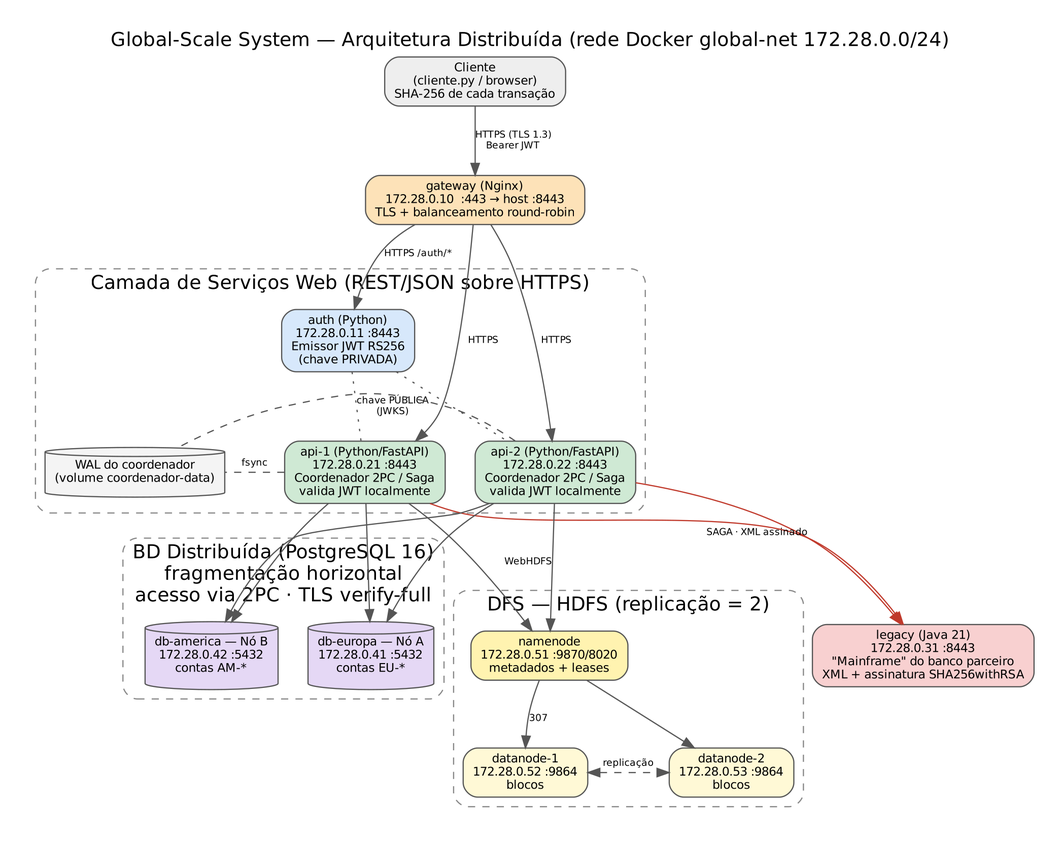
Above: docs/arquitetura.png in nameless-258/global-scale-system (Graphviz), before the change. Its source is kept beside it as docs/arquitetura.dot. Its diagram source:
```dot
digraph G {
  graph [rankdir=TB, newrank=true, splines=spline, concentrate=false, fontname="Helvetica", fontsize=12, nodesep=0.35, ranksep=0.55, pad=0.3, bgcolor="white",
         label="Global-Scale System — Arquitetura Distribuída (rede Docker global-net 172.28.0.0/24)", labelloc=t, fontsize=16];
  node  [shape=box, style="rounded,filled", fontname="Helvetica", fontsize=10, color="#555555"];
  edge  [fontname="Helvetica", fontsize=8, color="#555555"];

  cliente [label="Cliente\n(cliente.py / browser)\nSHA-256 de cada transação", fillcolor="#eeeeee"];
  gateway [label="gateway (Nginx)\n172.28.0.10  :443 → host :8443\nTLS + balanceamento round-robin", fillcolor="#fde2b8"];

  subgraph cluster_app { label="Camada de Serviços Web (REST/JSON sobre HTTPS)"; style="rounded,dashed"; color="#888888";
    auth  [label="auth (Python)\n172.28.0.11 :8443\nEmissor JWT RS256\n(chave PRIVADA)", fillcolor="#d7e8fb"];
    api1  [label="api-1 (Python/FastAPI)\n172.28.0.21 :8443\nCoordenador 2PC / Saga\nvalida JWT localmente", fillcolor="#cfe9d4"];
    api2  [label="api-2 (Python/FastAPI)\n172.28.0.22 :8443\nCoordenador 2PC / Saga\nvalida JWT localmente", fillcolor="#cfe9d4"];
    wal   [label="WAL do coordenador\n(volume coordenador-data)", shape=cylinder, fillcolor="#f4f4f4"];
  }

  subgraph cluster_db { label="BD Distribuída (PostgreSQL 16)\nfragmentação horizontal\nacesso via 2PC · TLS verify-full"; style="rounded,dashed"; color="#888888";
    dbeu [label="db-europa — Nó A\n172.28.0.41 :5432\ncontas EU-*", shape=cylinder, fillcolor="#e5d8f5"];
    dbam [label="db-america — Nó B\n172.28.0.42 :5432\ncontas AM-*", shape=cylinder, fillcolor="#e5d8f5"];
  }

  subgraph cluster_dfs { label="DFS — HDFS (replicação = 2)"; style="rounded,dashed"; color="#888888";
    nn  [label="namenode\n172.28.0.51 :9870/8020\nmetadados + leases", fillcolor="#fff3b0"];
    dn1 [label="datanode-1\n172.28.0.52 :9864\nblocos", fillcolor="#fff9d6"];
    dn2 [label="datanode-2\n172.28.0.53 :9864\nblocos", fillcolor="#fff9d6"];
  }

  legacy [label="legacy (Java 21)\n172.28.0.31 :8443\n\"Mainframe\" do banco parceiro\nXML + assinatura SHA256withRSA", fillcolor="#f8d0d0"];

  cliente -> gateway [label="HTTPS (TLS 1.3)\nBearer JWT"];
  gateway -> auth   [label="HTTPS /auth/*"];
  gateway -> api1   [label="HTTPS"];
  gateway -> api2   [label="HTTPS"];
  auth -> api1 [style=dotted, label="chave PÚBLICA\n(JWKS)", arrowhead=none];
  auth -> api2 [style=dotted, arrowhead=none];
  {rank=same; wal; api1; api2;}
  wal -> api1 [style=invis];
  api1 -> wal [style=dashed, arrowhead=none, label="fsync"]; api2 -> wal [style=dashed, arrowhead=none, constraint=false];
  {rank=same; dbeu; dbam; nn; legacy;}
  {rank=same; dn1; dn2;}
  api1 -> dbeu; api1 -> dbam;
  api2 -> dbeu; api2 -> dbam;
  api1 -> legacy [color="#c0392b"];
  api2 -> legacy [color="#c0392b", xlabel="SAGA · XML assinado"];
  api1 -> nn; api2 -> nn [xlabel="WebHDFS"];
  nn -> dn1 [label="307"]; nn -> dn2;
  dn1 -> dn2 [dir=both, style=dashed, label="replicação"];
}
```
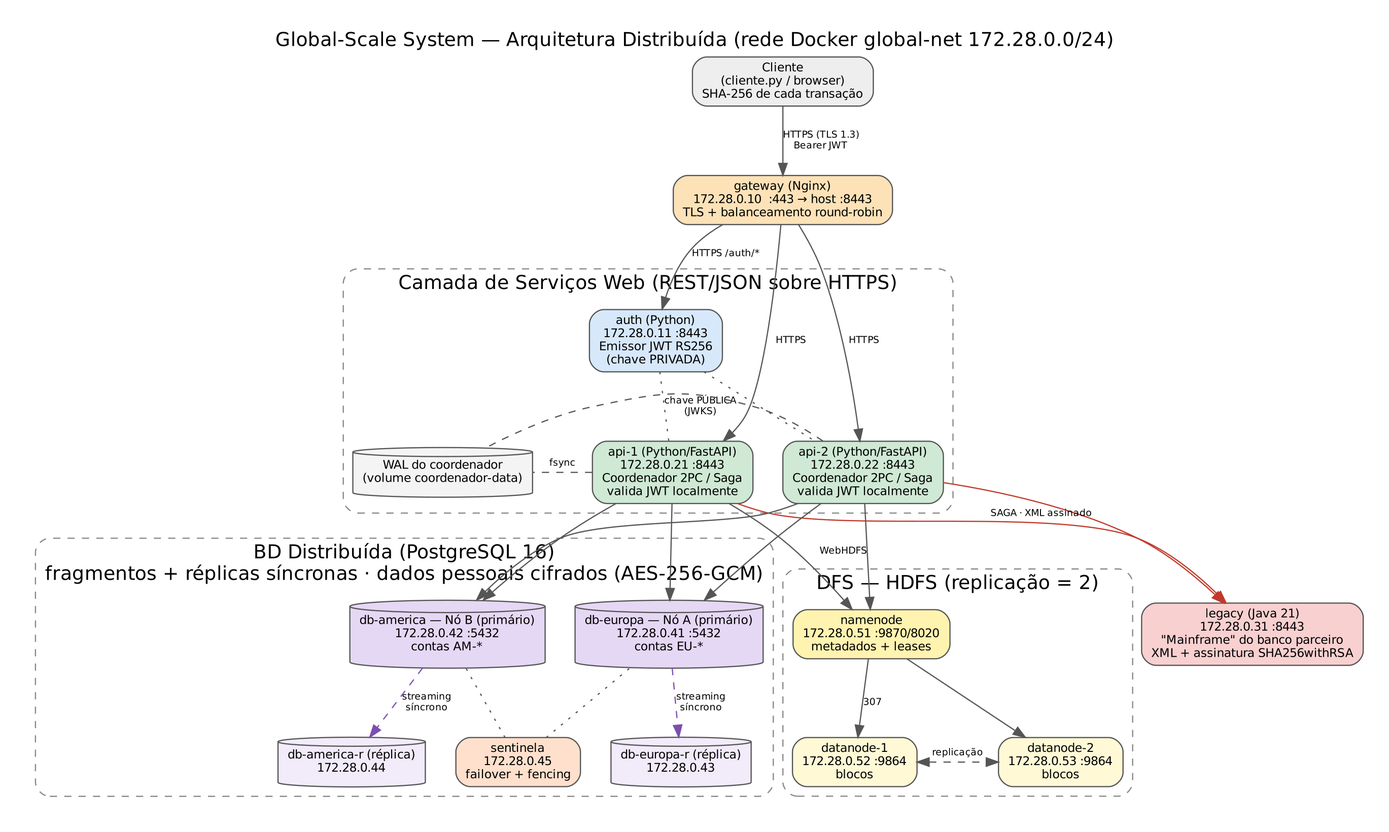
Later version of the same file.

What changed in the source:
```diff
@@ -14,9 +14,15 @@
     wal   [label="WAL do coordenador\n(volume coordenador-data)", shape=cylinder, fillcolor="#f4f4f4"];
   }
 
-  subgraph cluster_db { label="BD Distribuída (PostgreSQL 16)\nfragmentação horizontal\nacesso via 2PC · TLS verify-full"; style="rounded,dashed"; color="#888888";
-    dbeu [label="db-europa — Nó A\n172.28.0.41 :5432\ncontas EU-*", shape=cylinder, fillcolor="#e5d8f5"];
-    dbam [label="db-america — Nó B\n172.28.0.42 :5432\ncontas AM-*", shape=cylinder, fillcolor="#e5d8f5"];
+  subgraph cluster_db { label="BD Distribuída (PostgreSQL 16)\nfragmentos + réplicas síncronas · dados pessoais cifrados (AES-256-GCM)"; style="rounded,dashed"; color="#888888";
+    dbeu [label="db-europa — Nó A (primário)\n172.28.0.41 :5432\ncontas EU-*", shape=cylinder, fillcolor="#e5d8f5"];
+    dbeur [label="db-europa-r (réplica)\n172.28.0.43", shape=cylinder, fillcolor="#f1ebfa"];
+    dbam [label="db-america — Nó B (primário)\n172.28.0.42 :5432\ncontas AM-*", shape=cylinder, fillcolor="#e5d8f5"];
+    dbamr [label="db-america-r (réplica)\n172.28.0.44", shape=cylinder, fillcolor="#f1ebfa"];
+    sent [label="sentinela\n172.28.0.45\nfailover + fencing", fillcolor="#ffe0cc"];
+    dbeu -> dbeur [label="streaming\nsíncrono", style=dashed, color="#7b4fb0"];
+    dbam -> dbamr [label="streaming\nsíncrono", style=dashed, color="#7b4fb0"];
+    sent -> dbeu [style=dotted, arrowhead=none]; sent -> dbam [style=dotted, arrowhead=none];
   }
 
   subgraph cluster_dfs { label="DFS — HDFS (replicação = 2)"; style="rounded,dashed"; color="#888888";
@@ -37,6 +43,7 @@
   wal -> api1 [style=invis];
   api1 -> wal [style=dashed, arrowhead=none, label="fsync"]; api2 -> wal [style=dashed, arrowhead=none, constraint=false];
   {rank=same; dbeu; dbam; nn; legacy;}
+  {rank=same; dbeur; dbamr; sent;}
   {rank=same; dn1; dn2;}
   api1 -> dbeu; api1 -> dbam;
   api2 -> dbeu; api2 -> dbam;
```
